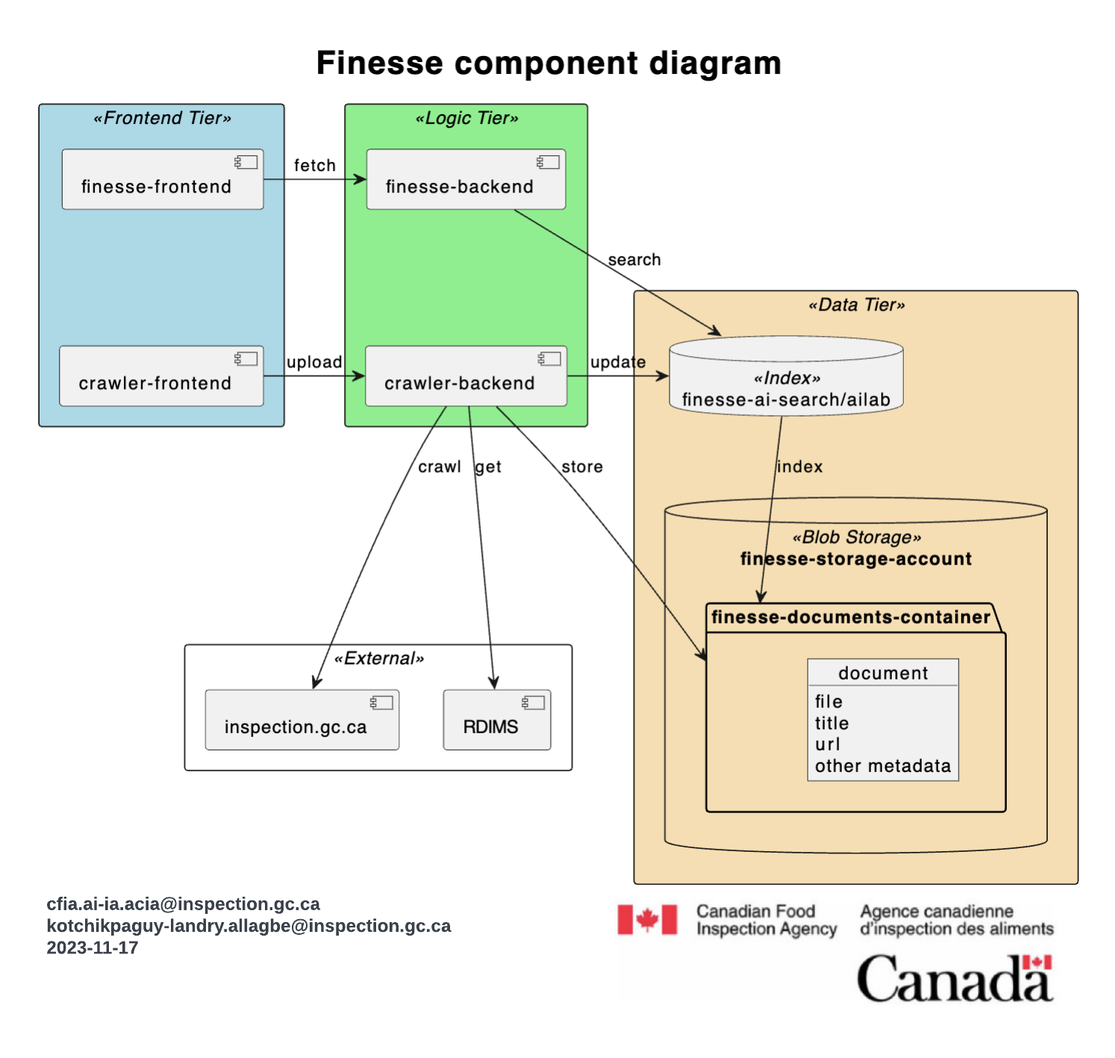
This is docs/finesse-component-diagram.png from ai-cfia/finesse-backend, a PlantUML export, as it was before one commit. Its source is kept beside it as docs/finesse-component-diagram.puml. Its diagram source:
```plantuml
@startuml Finesse component diagram
allowmixing
title <size:25>Finesse component diagram</size>

skinparam rectangle {
    BackgroundColor<<Frontend Tier>> LightBlue
    BackgroundColor<<Logic Tier>> LightGreen
    BackgroundColor<<External>> none
    BackgroundColor<<Data Tier>> Wheat
}


rectangle  <<Frontend Tier>> {
    component "finesse-frontend" as ff
    component "crawler-frontend" as cf
}


rectangle <<Logic Tier>> {
    component "finesse-backend" as fb
    component "crawler-backend" as cb
}

rectangle <<External >> {
    component "inspection.gc.ca" as igc
    component RDIMS
}


rectangle  <<Data Tier>> {
    database "finesse-ai-search/ailab" <<Index>> as db
    database "finesse-storage-account" <<Blob Storage>> as bs {
        folder "finesse-documents-container" as fdc {
            object document {
                file
                title
                url
                other metadata
            }
        }
    }
}


ff-[hidden]-> cf
fb-[hidden]-> cb
ff -r-> fb : fetch
cf -r-> cb : upload
cb -d-> igc : crawl
cb -d-> RDIMS : get
cb -r-> fdc : store
cb -r-> db: update
fb -r-> db: search
db --> fdc : index

@enduml
```
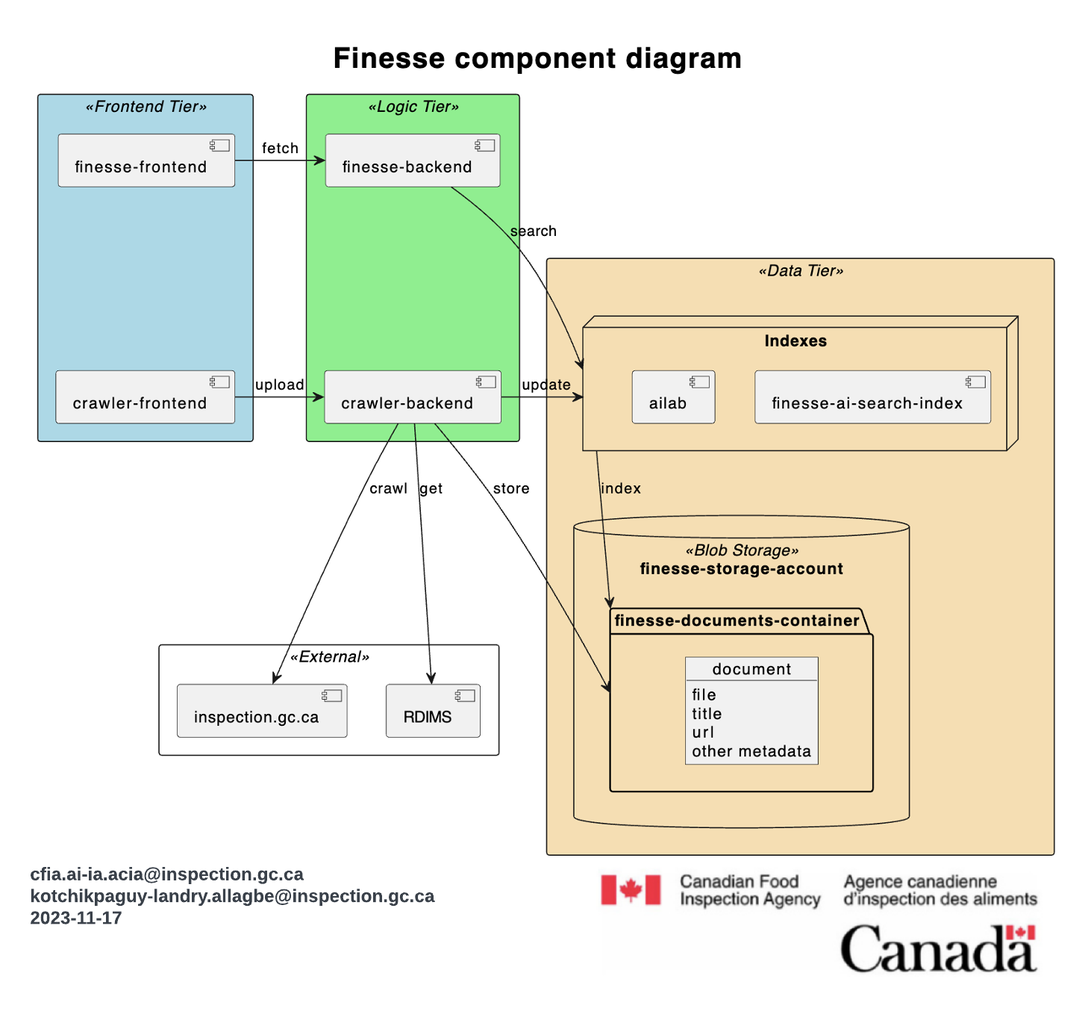
Later version of the same file.

Commit message:
issue #3: index disambiguation in component diagram

The edit, as a diff of the source:
```diff
@@ -9,12 +9,10 @@
     BackgroundColor<<Data Tier>> Wheat
 }
 
-
 rectangle  <<Frontend Tier>> {
     component "finesse-frontend" as ff
     component "crawler-frontend" as cf
 }
-
 
 rectangle <<Logic Tier>> {
     component "finesse-backend" as fb
@@ -26,9 +24,11 @@
     component RDIMS
 }
 
-
 rectangle  <<Data Tier>> {
-    database "finesse-ai-search/ailab" <<Index>> as db
+    node "Indexes" as db {
+        component "finesse-ai-search-index"
+        component "ailab" as ailab
+    }
     database "finesse-storage-account" <<Blob Storage>> as bs {
         folder "finesse-documents-container" as fdc {
             object document {
```
